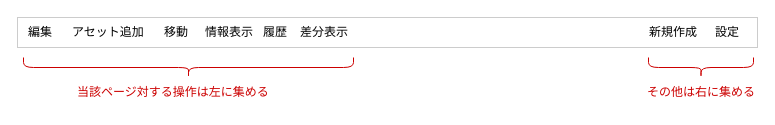
Above: page "表示画面 - 操作ボタンレイアウト" (2 of 7) of docs/fig/view-page_layout.drawio in kwgt/luwiki (draw.io), before the change. Source tidied: cells renumbered, new cells numbered last; positions are measured from the earlier drawing's top-left corner, leaving out a move shared by most shapes. Both pictures are drawn from the tidied source at 100%, with x=0, y=0 at pixel (17, -98).
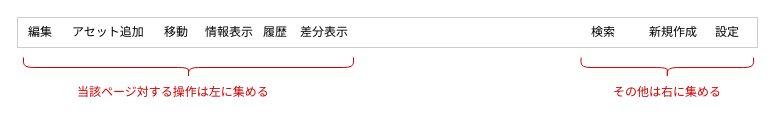
Above is the later version.

What changed in the source:
```diff
@@
 <mxGraphModel>
   <root>
     <mxCell id="0" />
     <mxCell id="1" parent="0" />
     <mxCell id="2" style="rounded=0;whiteSpace=wrap;html=1;strokeColor=#CCCCCC;" parent="1" vertex="1">
       <mxGeometry y="115" width="740" height="30" as="geometry" />
     </mxCell>
     <mxCell id="3" value="編集" style="text;html=1;whiteSpace=wrap;strokeColor=none;fillColor=none;align=center;verticalAlign=middle;rounded=0;" parent="1" vertex="1">
       <mxGeometry y="115" width="46" height="30" as="geometry" />
     </mxCell>
     <mxCell id="4" value="移動" style="text;html=1;whiteSpace=wrap;strokeColor=none;fillColor=none;align=center;verticalAlign=middle;rounded=0;" parent="1" vertex="1">
       <mxGeometry x="136" y="115" width="46" height="30" as="geometry" />
     </mxCell>
     <mxCell id="5" value="履歴" style="text;html=1;whiteSpace=wrap;strokeColor=none;fillColor=none;align=center;verticalAlign=middle;rounded=0;" parent="1" vertex="1">
       <mxGeometry x="228" y="115" width="60" height="30" as="geometry" />
     </mxCell>
     <mxCell id="6" value="差分表示" style="text;html=1;whiteSpace=wrap;strokeColor=none;fillColor=none;align=center;verticalAlign=middle;rounded=0;" parent="1" vertex="1">
       <mxGeometry x="277" y="115" width="60" height="30" as="geometry" />
     </mxCell>
     <mxCell id="7" value="新規作成" style="text;html=1;whiteSpace=wrap;strokeColor=none;fillColor=none;align=center;verticalAlign=middle;rounded=0;" parent="1" vertex="1">
       <mxGeometry x="626" y="115" width="60" height="30" as="geometry" />
     </mxCell>
     <mxCell id="8" style="shape=curlyBracket;whiteSpace=wrap;html=1;rounded=1;flipH=1;labelPosition=right;verticalLabelPosition=middle;align=left;verticalAlign=middle;rotation=90;strokeColor=#CC0000;size=0.5;" parent="1" vertex="1">
       <mxGeometry x="161" width="20" height="330" as="geometry" />
     </mxCell>
     <mxCell id="9" value="&lt;font style=&quot;color: rgb(204, 0, 0);&quot;&gt;当該ページ対する操作は左に集める&lt;/font&gt;" style="text;html=1;whiteSpace=wrap;strokeColor=none;fillColor=none;align=center;verticalAlign=middle;rounded=0;" parent="1" vertex="1">
       <mxGeometry x="51" y="175" width="210" height="30" as="geometry" />
     </mxCell>
     <mxCell id="10" style="shape=curlyBracket;whiteSpace=wrap;html=1;rounded=1;flipH=1;labelPosition=right;verticalLabelPosition=middle;align=left;verticalAlign=middle;rotation=90;strokeColor=#CC0000;" parent="1" vertex="1">
-      <mxGeometry x="673.5" y="112.5" width="20" height="105" as="geometry" />
+      <mxGeometry x="639.8" y="78.8" width="20" height="172.5" as="geometry" />
     </mxCell>
-    <mxCell id="11" value="&lt;font color=&quot;#cc0000&quot;&gt;その他は右に集める&lt;/font&gt;" style="text;html=1;whiteSpace=wrap;strokeColor=none;fillColor=none;align=right;verticalAlign=middle;rounded=0;" parent="1" vertex="1">
-      <mxGeometry x="530" y="175" width="210" height="30" as="geometry" />
+    <mxCell id="11" value="&lt;font color=&quot;#cc0000&quot;&gt;その他は右に集める&lt;/font&gt;" style="text;html=1;whiteSpace=wrap;strokeColor=none;fillColor=none;align=center;verticalAlign=middle;rounded=0;" parent="1" vertex="1">
+      <mxGeometry x="587.8" y="175" width="124" height="30" as="geometry" />
     </mxCell>
     <mxCell id="12" value="情報表示" style="text;html=1;whiteSpace=wrap;strokeColor=none;fillColor=none;align=center;verticalAlign=middle;rounded=0;" parent="1" vertex="1">
       <mxGeometry x="182" y="115" width="60" height="30" as="geometry" />
     </mxCell>
     <mxCell id="13" value="設定" style="text;html=1;whiteSpace=wrap;strokeColor=none;fillColor=none;align=center;verticalAlign=middle;rounded=0;" parent="1" vertex="1">
       <mxGeometry x="680" y="115" width="60" height="30" as="geometry" />
     </mxCell>
     <mxCell id="14" value="アセット追加" style="text;html=1;whiteSpace=wrap;strokeColor=none;fillColor=none;align=center;verticalAlign=middle;rounded=0;" parent="1" vertex="1">
       <mxGeometry x="46" y="115" width="90" height="30" as="geometry" />
     </mxCell>
+    <mxCell id="15" value="検索" style="text;html=1;whiteSpace=wrap;strokeColor=none;fillColor=none;align=center;verticalAlign=middle;rounded=0;" parent="1" vertex="1">
+      <mxGeometry x="556" y="115" width="60" height="30" as="geometry" />
+    </mxCell>
   </root>
 </mxGraphModel>
```
